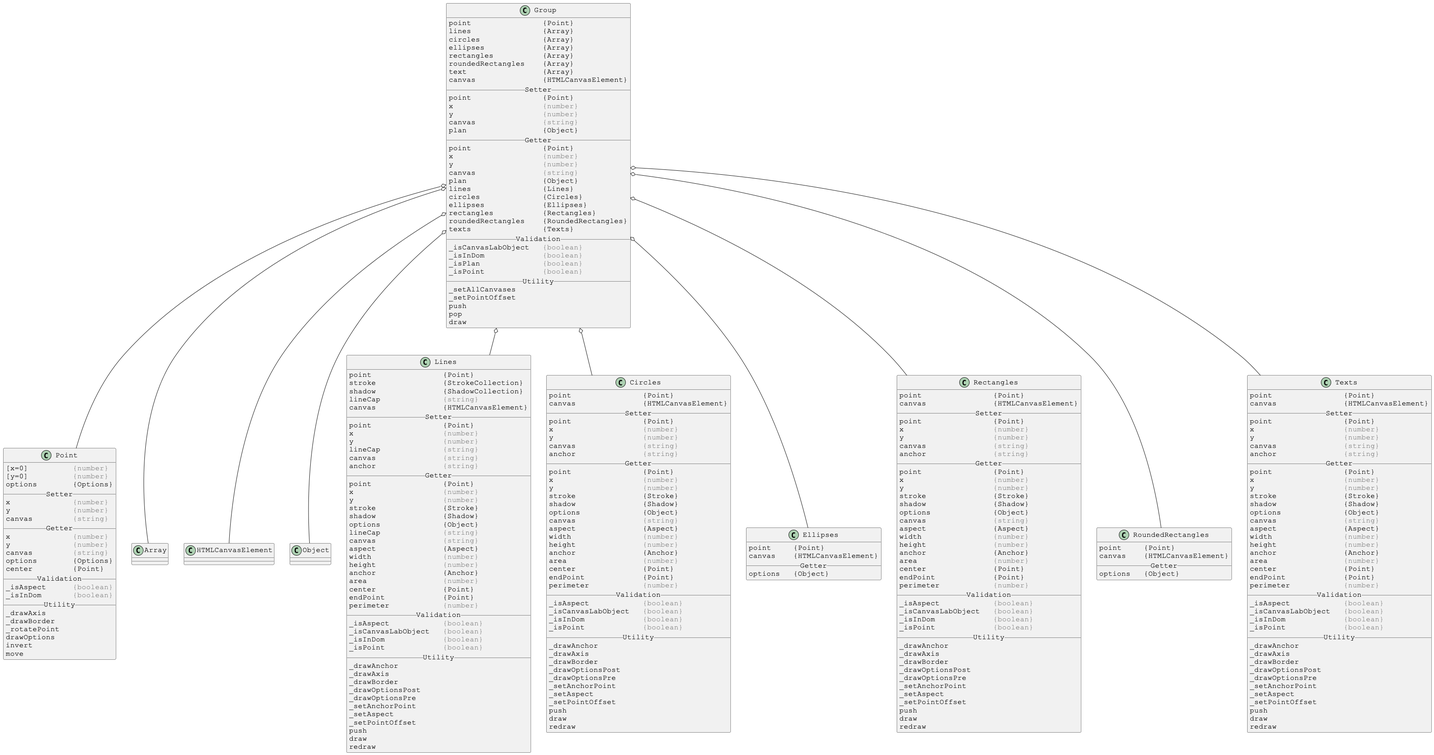
Before: docs/PlantUml/image/linked/Group-linked.png, a diagram exported from PlantUML (Justin-Byrne/canvasLab).
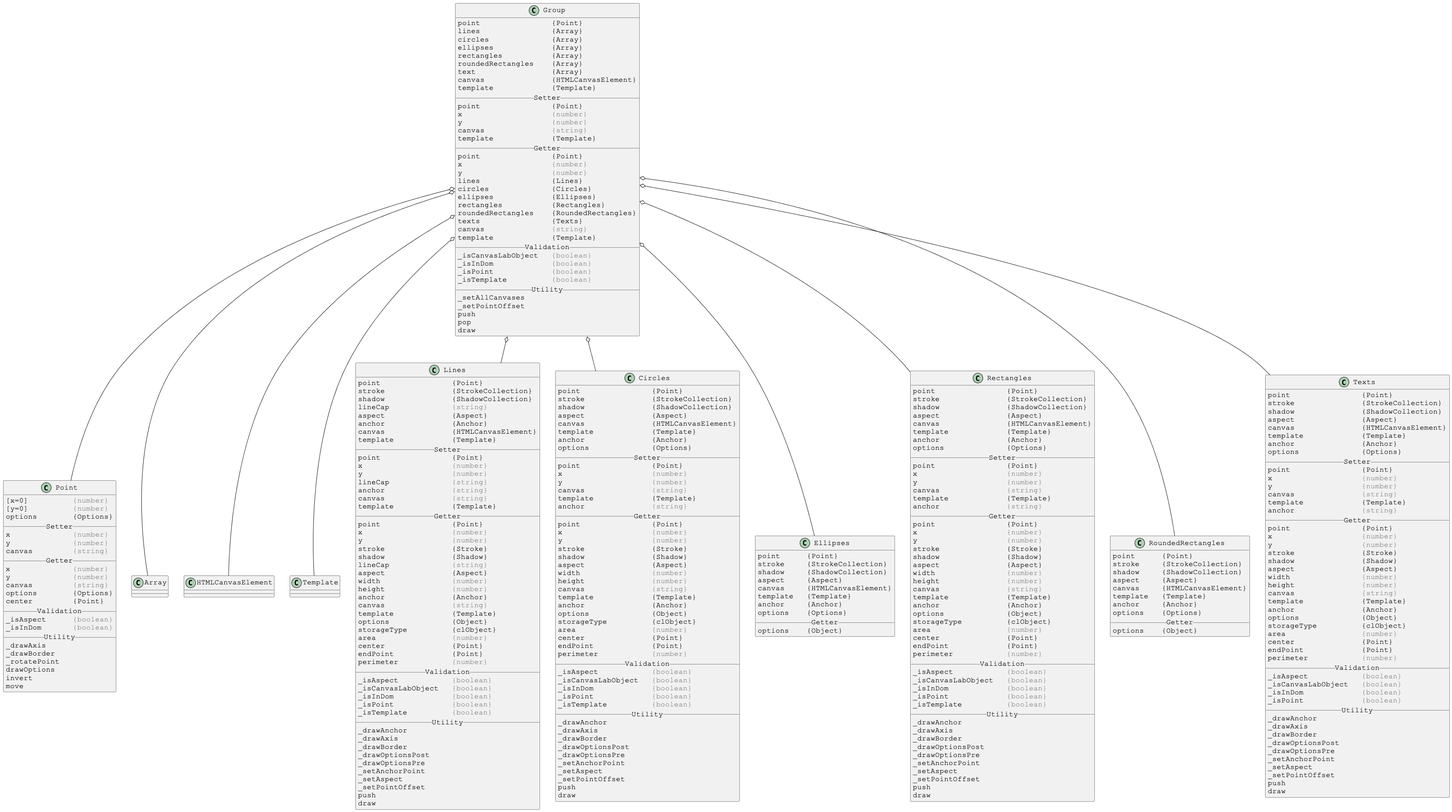
After the change.

Diff of the diagram source:
```diff
@@ -12,29 +12,30 @@
 roundedRectangles    {Array}
 text                 {Array}
 canvas               {HTMLCanvasElement}
+template             {Template}
 __ Setter __
 point                {Point}
 x                    <color:gray>{number}</color>
 y                    <color:gray>{number}</color>
 canvas               <color:gray>{string}</color>
-plan                 {Object}
+template             {Template}
 __ Getter __
 point                {Point}
 x                    <color:gray>{number}</color>
 y                    <color:gray>{number}</color>
-canvas               <color:gray>{string}</color>
-plan                 {Object}
 lines                {Lines}
 circles              {Circles}
 ellipses             {Ellipses}
 rectangles           {Rectangles}
 roundedRectangles    {RoundedRectangles}
 texts                {Texts}
+canvas               <color:gray>{string}</color>
+template             {Template}
 __ Validation __
 _isCanvasLabObject   <color:gray>{boolean}</color>
 _isInDom             <color:gray>{boolean}</color>
-_isPlan              <color:gray>{boolean}</color>
 _isPoint             <color:gray>{boolean}</color>
+_isTemplate          <color:gray>{boolean}</color>
 __ Utility __
 _setAllCanvases
 _setPointOffset
@@ -46,7 +47,7 @@
 Group o-- Point
 Group o-- Array
 Group o-- HTMLCanvasElement
-Group o-- Object
+Group o-- Template
 Group o-- Lines
 Group o-- Circles
 Group o-- Ellipses
@@ -95,13 +96,76 @@
 stroke               {StrokeCollection}
 shadow               {ShadowCollection}
 lineCap              <color:gray>{string}</color>
+aspect               {Aspect}
+anchor               {Anchor}
 canvas               {HTMLCanvasElement}
+template             {Template}
 __ Setter __
 point                {Point}
 x                    <color:gray>{number}</color>
 y                    <color:gray>{number}</color>
 lineCap              <color:gray>{string}</color>
+anchor               <color:gray>{string}</color>
 canvas               <color:gray>{string}</color>
+template             {Template}
+__ Getter __
+point                {Point}
+x                    <color:gray>{number}</color>
+y                    <color:gray>{number}</color>
+stroke               {Stroke}
+shadow               {Shadow}
+lineCap              <color:gray>{string}</color>
+aspect               {Aspect}
+width                <color:gray>{number}</color>
+height               <color:gray>{number}</color>
+anchor               {Anchor}
+canvas               <color:gray>{string}</color>
+template             {Template}
+options              {Object}
+storageType          {clObject}
+area                 <color:gray>{number}</color>
+center               {Point}
+endPoint             {Point}
+perimeter            <color:gray>{number}</color>
+__ Validation __
+_isAspect            <color:gray>{boolean}</color>
+_isCanvasLabObject   <color:gray>{boolean}</color>
+_isInDom             <color:gray>{boolean}</color>
+_isPoint             <color:gray>{boolean}</color>
+_isTemplate          <color:gray>{boolean}</color>
+__ Utility __
+_drawAnchor
+_drawAxis
+_drawBorder
+_drawOptionsPost
+_drawOptionsPre
+_setAnchorPoint
+_setAspect
+_setPointOffset
+push
+draw
+}
+
+
+
+skinparam DefaultFontSize 16
+skinparam DefaultFontName Courier New
+
+class Circles {
+point                {Point}
+stroke               {StrokeCollection}
+shadow               {ShadowCollection}
+aspect               {Aspect}
+canvas               {HTMLCanvasElement}
+template             {Template}
+anchor               {Anchor}
+options              {Options}
+__ Setter __
+point                {Point}
+x                    <color:gray>{number}</color>
+y                    <color:gray>{number}</color>
+canvas               <color:gray>{string}</color>
+template             {Template}
 anchor               <color:gray>{string}</color>
 __ Getter __
 point                {Point}
@@ -109,13 +173,166 @@
 y                    <color:gray>{number}</color>
 stroke               {Stroke}
 shadow               {Shadow}
-options              {Object}
-lineCap              <color:gray>{string}</color>
-canvas               <color:gray>{string}</color>
 aspect               {Aspect}
 width                <color:gray>{number}</color>
 height               <color:gray>{number}</color>
+canvas               <color:gray>{string}</color>
+template             {Template}
 anchor               {Anchor}
+options              {Object}
+storageType          {clObject}
+area                 <color:gray>{number}</color>
+center               {Point}
+endPoint             {Point}
+perimeter            <color:gray>{number}</color>
+__ Validation __
+_isAspect            <color:gray>{boolean}</color>
+_isCanvasLabObject   <color:gray>{boolean}</color>
+_isInDom             <color:gray>{boolean}</color>
+_isPoint             <color:gray>{boolean}</color>
+_isTemplate          <color:gray>{boolean}</color>
+__ Utility __
+_drawAnchor
+_drawAxis
+_drawBorder
+_drawOptionsPost
+_drawOptionsPre
+_setAnchorPoint
+_setAspect
+_setPointOffset
+push
+draw
+}
+
+
+
+skinparam DefaultFontSize 16
+skinparam DefaultFontName Courier New
+
+class Ellipses {
+point      {Point}
+stroke     {StrokeCollection}
+shadow     {ShadowCollection}
+aspect     {Aspect}
+canvas     {HTMLCanvasElement}
+template   {Template}
+anchor     {Anchor}
+options    {Options}
+__ Getter __
+options    {Object}
+}
+
+
+
+skinparam DefaultFontSize 16
+skinparam DefaultFontName Courier New
+
+class Rectangles {
+point                {Point}
+stroke               {StrokeCollection}
+shadow               {ShadowCollection}
+aspect               {Aspect}
+canvas               {HTMLCanvasElement}
+template             {Template}
+anchor               {Anchor}
+options              {Options}
+__ Setter __
+point                {Point}
+x                    <color:gray>{number}</color>
+y                    <color:gray>{number}</color>
+canvas               <color:gray>{string}</color>
+template             {Template}
+anchor               <color:gray>{string}</color>
+__ Getter __
+point                {Point}
+x                    <color:gray>{number}</color>
+y                    <color:gray>{number}</color>
+stroke               {Stroke}
+shadow               {Shadow}
+aspect               {Aspect}
+width                <color:gray>{number}</color>
+height               <color:gray>{number}</color>
+canvas               <color:gray>{string}</color>
+template             {Template}
+anchor               {Anchor}
+options              {Object}
+storageType          {clObject}
+area                 <color:gray>{number}</color>
+center               {Point}
+endPoint             {Point}
+perimeter            <color:gray>{number}</color>
+__ Validation __
+_isAspect            <color:gray>{boolean}</color>
+_isCanvasLabObject   <color:gray>{boolean}</color>
+_isInDom             <color:gray>{boolean}</color>
+_isPoint             <color:gray>{boolean}</color>
+_isTemplate          <color:gray>{boolean}</color>
+__ Utility __
+_drawAnchor
+_drawAxis
+_drawBorder
+_drawOptionsPost
+_drawOptionsPre
+_setAnchorPoint
+_setAspect
+_setPointOffset
+push
+draw
+}
+
+
+
+skinparam DefaultFontSize 16
+skinparam DefaultFontName Courier New
+
+class RoundedRectangles {
+point      {Point}
+stroke     {StrokeCollection}
+shadow     {ShadowCollection}
+aspect     {Aspect}
+canvas     {HTMLCanvasElement}
+template   {Template}
+anchor     {Anchor}
+options    {Options}
+__ Getter __
+options    {Object}
+}
+
+
+
+skinparam DefaultFontSize 16
+skinparam DefaultFontName Courier New
+
+class Texts {
+point                {Point}
+stroke               {StrokeCollection}
+shadow               {ShadowCollection}
+aspect               {Aspect}
+canvas               {HTMLCanvasElement}
+template             {Template}
+anchor               {Anchor}
+options              {Options}
+__ Setter __
+point                {Point}
+x                    <color:gray>{number}</color>
+y                    <color:gray>{number}</color>
+canvas               <color:gray>{string}</color>
+template             {Template}
+anchor               <color:gray>{string}</color>
+__ Getter __
+point                {Point}
+x                    <color:gray>{number}</color>
+y                    <color:gray>{number}</color>
+stroke               {Stroke}
+shadow               {Shadow}
+aspect               {Aspect}
+width                <color:gray>{number}</color>
+height               <color:gray>{number}</color>
+canvas               <color:gray>{string}</color>
+template             {Template}
+anchor               {Anchor}
+options              {Object}
+storageType          {clObject}
 area                 <color:gray>{number}</color>
 center               {Point}
 endPoint             {Point}
@@ -136,178 +353,6 @@
 _setPointOffset
 push
 draw
-redraw
-}
-
-
-
-skinparam DefaultFontSize 16
-skinparam DefaultFontName Courier New
-
-class Circles {
-point                {Point}
-canvas               {HTMLCanvasElement}
-__ Setter __
-point                {Point}
-x                    <color:gray>{number}</color>
-y                    <color:gray>{number}</color>
-canvas               <color:gray>{string}</color>
-anchor               <color:gray>{string}</color>
-__ Getter __
-point                {Point}
-x                    <color:gray>{number}</color>
-y                    <color:gray>{number}</color>
-stroke               {Stroke}
-shadow               {Shadow}
-options              {Object}
-canvas               <color:gray>{string}</color>
-aspect               {Aspect}
-width                <color:gray>{number}</color>
-height               <color:gray>{number}</color>
-anchor               {Anchor}
-area                 <color:gray>{number}</color>
-center               {Point}
-endPoint             {Point}
-perimeter            <color:gray>{number}</color>
-__ Validation __
-_isAspect            <color:gray>{boolean}</color>
-_isCanvasLabObject   <color:gray>{boolean}</color>
-_isInDom             <color:gray>{boolean}</color>
-_isPoint             <color:gray>{boolean}</color>
-__ Utility __
-_drawAnchor
-_drawAxis
-_drawBorder
-_drawOptionsPost
-_drawOptionsPre
-_setAnchorPoint
-_setAspect
-_setPointOffset
-push
-draw
-redraw
-}
-
-
-
-skinparam DefaultFontSize 16
-skinparam DefaultFontName Courier New
-
-class Ellipses {
-point     {Point}
-canvas    {HTMLCanvasElement}
-__ Getter __
-options   {Object}
-}
-
-
-
-skinparam DefaultFontSize 16
-skinparam DefaultFontName Courier New
-
-class Rectangles {
-point                {Point}
-canvas               {HTMLCanvasElement}
-__ Setter __
-point                {Point}
-x                    <color:gray>{number}</color>
-y                    <color:gray>{number}</color>
-canvas               <color:gray>{string}</color>
-anchor               <color:gray>{string}</color>
-__ Getter __
-point                {Point}
-x                    <color:gray>{number}</color>
-y                    <color:gray>{number}</color>
-stroke               {Stroke}
-shadow               {Shadow}
-options              {Object}
-canvas               <color:gray>{string}</color>
-aspect               {Aspect}
-width                <color:gray>{number}</color>
-height               <color:gray>{number}</color>
-anchor               {Anchor}
-area                 <color:gray>{number}</color>
-center               {Point}
-endPoint             {Point}
-perimeter            <color:gray>{number}</color>
-__ Validation __
-_isAspect            <color:gray>{boolean}</color>
-_isCanvasLabObject   <color:gray>{boolean}</color>
-_isInDom             <color:gray>{boolean}</color>
-_isPoint             <color:gray>{boolean}</color>
-__ Utility __
-_drawAnchor
-_drawAxis
-_drawBorder
-_drawOptionsPost
-_drawOptionsPre
-_setAnchorPoint
-_setAspect
-_setPointOffset
-push
-draw
-redraw
-}
-
-
-
-skinparam DefaultFontSize 16
-skinparam DefaultFontName Courier New
-
-class RoundedRectangles {
-point     {Point}
-canvas    {HTMLCanvasElement}
-__ Getter __
-options   {Object}
-}
-
-
-
-skinparam DefaultFontSize 16
-skinparam DefaultFontName Courier New
-
-class Texts {
-point                {Point}
-canvas               {HTMLCanvasElement}
-__ Setter __
-point                {Point}
-x                    <color:gray>{number}</color>
-y                    <color:gray>{number}</color>
-canvas               <color:gray>{string}</color>
-anchor               <color:gray>{string}</color>
-__ Getter __
-point                {Point}
-x                    <color:gray>{number}</color>
-y                    <color:gray>{number}</color>
-stroke               {Stroke}
-shadow               {Shadow}
-options              {Object}
-canvas               <color:gray>{string}</color>
-aspect               {Aspect}
-width                <color:gray>{number}</color>
-height               <color:gray>{number}</color>
-anchor               {Anchor}
-area                 <color:gray>{number}</color>
-center               {Point}
-endPoint             {Point}
-perimeter            <color:gray>{number}</color>
-__ Validation __
-_isAspect            <color:gray>{boolean}</color>
-_isCanvasLabObject   <color:gray>{boolean}</color>
-_isInDom             <color:gray>{boolean}</color>
-_isPoint             <color:gray>{boolean}</color>
-__ Utility __
-_drawAnchor
-_drawAxis
-_drawBorder
-_drawOptionsPost
-_drawOptionsPre
-_setAnchorPoint
-_setAspect
-_setPointOffset
-push
-draw
-redraw
 }
 
 @enduml
```
